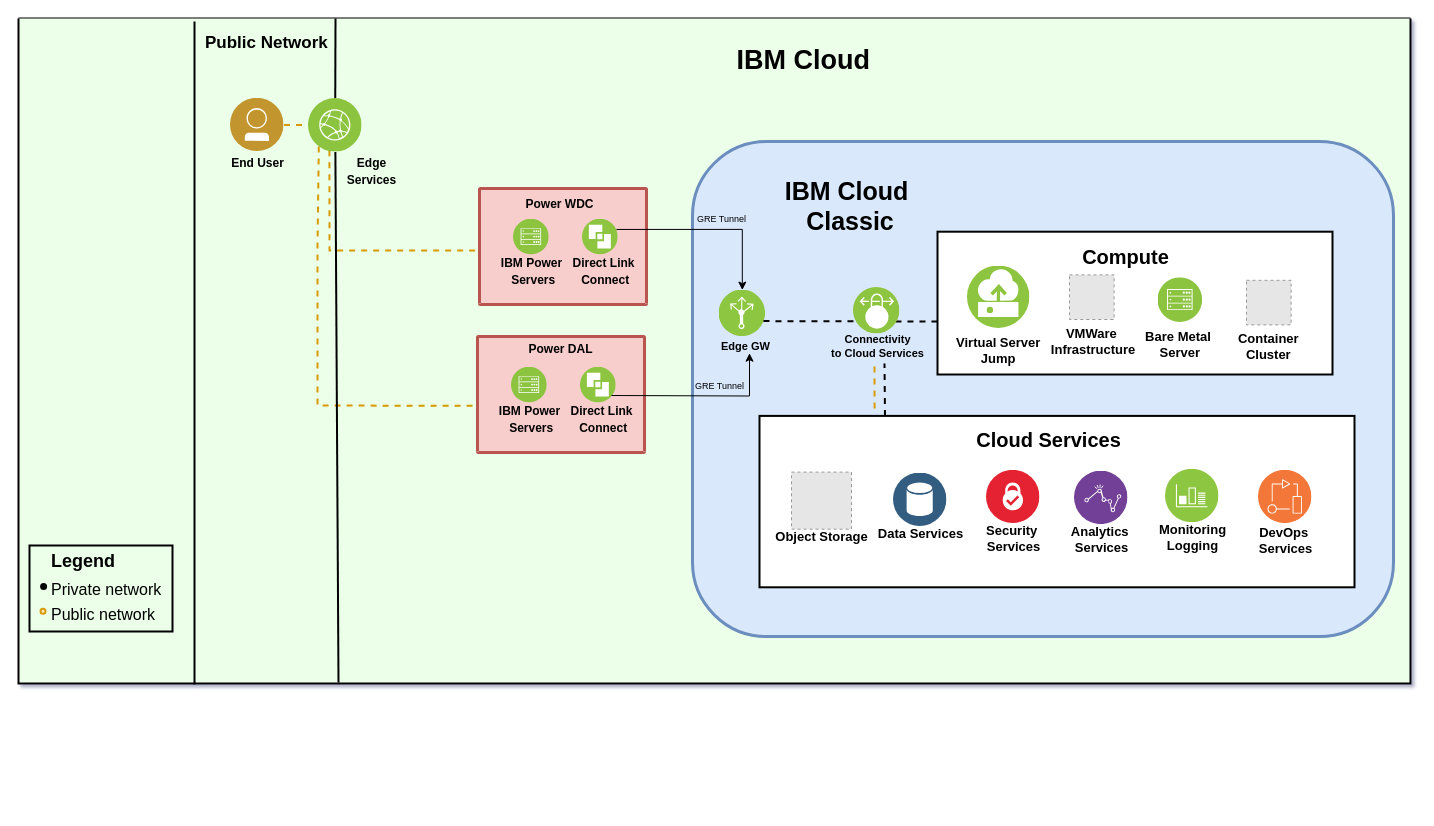
The draw.io diagram page "network-colo-to-colo-gre" (6 of 8) of diagrams/power-iaas-diagram-enhanced.drawio in ibm-cloud-docs/power-iaas, before the edit. Source tidied: cells renumbered, new cells numbered last; positions are measured from the earlier drawing's top-left corner, leaving out a move shared by most shapes. Both pictures are drawn from the tidied source at 100%, with x=0, y=0 at pixel (18, 18). Pictures stored in the file or linked from it are replaced by grey dashed boxes.
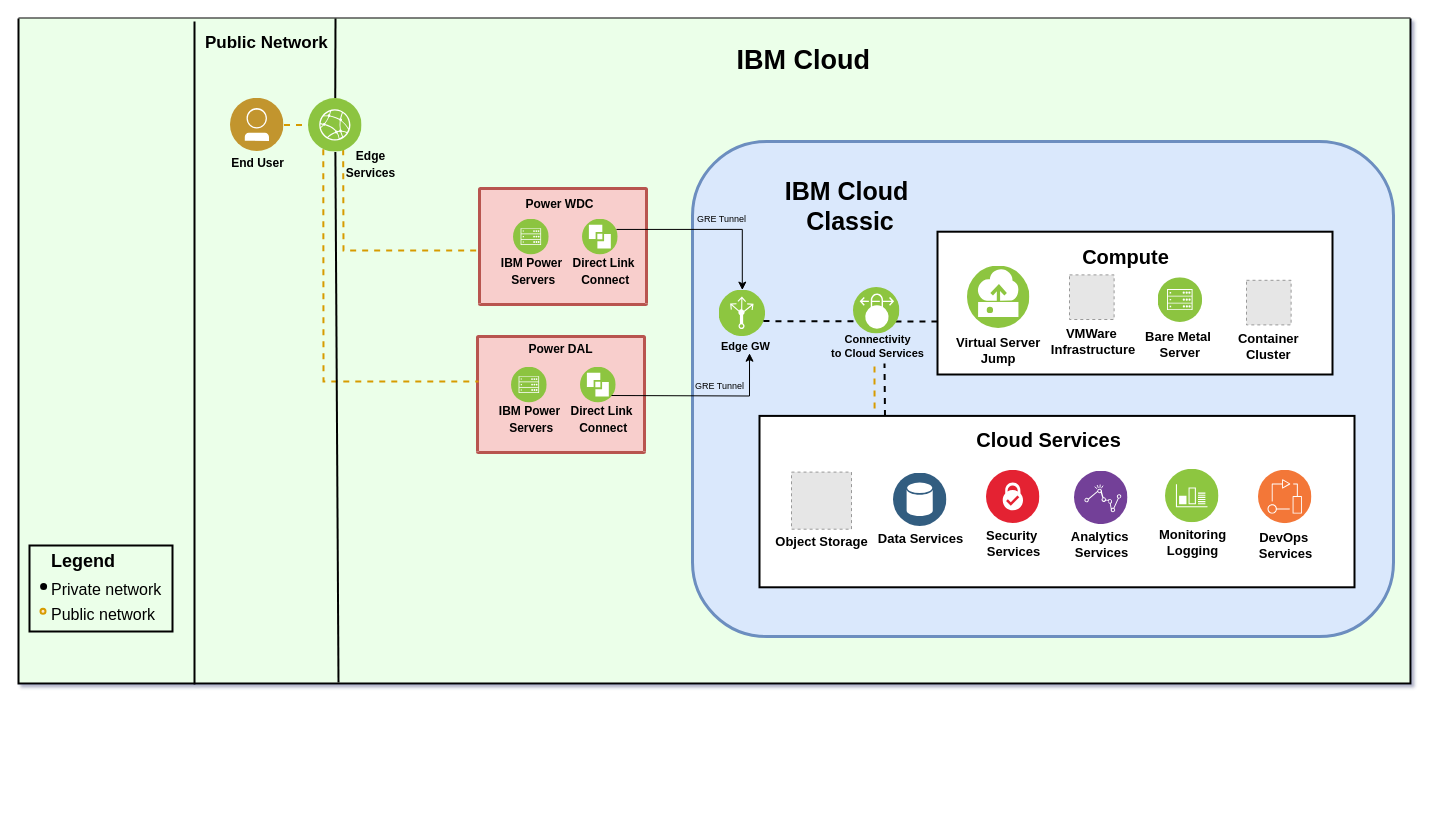
The same diagram, later.

Commit message:
Update new colo-to-colo diagram

Unchanged cells that the change refers to:
```xml
<mxCell id="4" style="swimlane;shadow=0;align=right;startSize=0;strokeWidth=2;fontStyle=1;fontSize=10;verticalAlign=top;spacingTop=-6;html=1;labelBackgroundColor=none;swimlaneLine=1;swimlaneFillColor=#EBFFE9;fillColor=none;strokeColor=#000000;fontColor=#000000;" parent="3" vertex="1">
  <mxGeometry y="-29" width="1392" height="665" as="geometry" />
</mxCell>
<mxCell id="45" value="&lt;b&gt;&lt;font style=&quot;font-size: 15px&quot;&gt;POWER&amp;nbsp; DALLAS (DAL)&lt;/font&gt;&lt;/b&gt;" style="swimlane;fontStyle=0;horizontal=1;startSize=115;swimlaneLine=0;swimlaneFillColor=#ffffff;fillColor=#f8cecc;rounded=1;whiteSpace=wrap;html=1;absoluteArcSize=1;arcSize=68;strokeColor=#b85450;verticalAlign=top;align=left;spacingLeft=5;strokeWidth=3;spacingRight=5;noLabel=1;fontColor=none;" parent="4" vertex="1">
  <mxGeometry x="459" y="318" width="167" height="116" as="geometry" />
</mxCell>
<mxCell id="54" value="&lt;b&gt;&lt;font style=&quot;font-size: 15px&quot;&gt;POWER&amp;nbsp; DALLAS (DAL)&lt;/font&gt;&lt;/b&gt;" style="swimlane;fontStyle=0;horizontal=1;startSize=115;swimlaneLine=0;swimlaneFillColor=#ffffff;fillColor=#f8cecc;rounded=1;whiteSpace=wrap;html=1;absoluteArcSize=1;arcSize=68;strokeColor=#b85450;verticalAlign=top;align=left;spacingLeft=5;strokeWidth=3;spacingRight=5;noLabel=1;fontColor=none;" parent="53" vertex="1">
  <mxGeometry width="167" height="116" as="geometry" />
</mxCell>
<mxCell id="69" value="&lt;div&gt;Edge Services&lt;/div&gt;" style="perimeter=ellipsePerimeter;align=center;shadow=0;dashed=0;image;image=img/lib/ibm/infrastructure/edge_services.svg;labelBackgroundColor=none;strokeColor=#666666;strokeWidth=2;fillColor=#C2952D;gradientColor=none;fontSize=12;fontColor=none;spacingTop=3;html=1;fontStyle=1;noLabel=1;" parent="67" vertex="1">
  <mxGeometry x="290" y="80.1" width="53.5" height="53.5" as="geometry" />
</mxCell>
```

The edit, as a diff of the source:
```diff
@@
-    <mxCell id="18" style="group;" parent="4" vertex="1">
+    <mxCell id="18" style="group;spacing=0;" parent="4" vertex="1">
       <mxGeometry x="741" y="397.4" width="595" height="171.4" as="geometry" />
     </mxCell>
@@
-    <mxCell id="20" value="&lt;div style=&quot;font-size: 13px&quot;&gt;&lt;font style=&quot;font-size: 13px&quot;&gt;Security&amp;nbsp;&lt;/font&gt;&lt;/div&gt;&lt;div style=&quot;font-size: 13px&quot;&gt;&lt;font style=&quot;font-size: 13px&quot;&gt;Services&lt;/font&gt;&lt;/div&gt;" style="perimeter=ellipsePerimeter;align=center;shadow=0;dashed=0;image;image=img/lib/ibm/blockchain/certificate_authority.svg;labelBackgroundColor=none;strokeColor=#666666;strokeWidth=3;fillColor=#C2952D;gradientColor=none;fontSize=10;fontColor=#000000;labelPosition=center;verticalLabelPosition=bottom;verticalAlign=top;spacing=0;spacingTop=-5;html=1;fontStyle=1;" parent="18" vertex="1">
+    <mxCell id="20" value="&lt;div style=&quot;font-size: 13px&quot;&gt;&lt;font style=&quot;font-size: 13px&quot;&gt;Security&amp;nbsp;&lt;/font&gt;&lt;/div&gt;&lt;div style=&quot;font-size: 13px&quot;&gt;&lt;font style=&quot;font-size: 13px&quot;&gt;Services&lt;/font&gt;&lt;/div&gt;" style="perimeter=ellipsePerimeter;align=center;shadow=0;dashed=0;image;image=img/lib/ibm/blockchain/certificate_authority.svg;labelBackgroundColor=none;strokeColor=#666666;strokeWidth=3;fillColor=#C2952D;gradientColor=none;fontSize=10;fontColor=#000000;labelPosition=center;verticalLabelPosition=bottom;verticalAlign=top;spacing=0;spacingTop=0;html=1;fontStyle=1;" parent="18" vertex="1">
       <mxGeometry x="227" y="54.3" width="53.5" height="53.5" as="geometry" />
     </mxCell>
-    <mxCell id="21" value="&lt;div&gt;&lt;font style=&quot;font-size: 13px&quot;&gt;Analytics&amp;nbsp;&lt;/font&gt;&lt;/div&gt;&lt;div&gt;&lt;font style=&quot;font-size: 13px&quot;&gt;Services&lt;/font&gt;&lt;/div&gt;" style="perimeter=ellipsePerimeter;align=center;shadow=0;dashed=0;image;image=img/lib/ibm/analytics/analytics.svg;labelBackgroundColor=none;strokeColor=#666666;strokeWidth=2;fillColor=#C2952D;gradientColor=none;fontSize=10;fontColor=#000000;spacingTop=-5;spacing=0;html=1;fontStyle=1;" parent="18" vertex="1">
+    <mxCell id="21" value="&lt;div&gt;&lt;font style=&quot;font-size: 13px&quot;&gt;Analytics&amp;nbsp;&lt;/font&gt;&lt;/div&gt;&lt;div&gt;&lt;font style=&quot;font-size: 13px&quot;&gt;Services&lt;/font&gt;&lt;/div&gt;" style="perimeter=ellipsePerimeter;align=center;shadow=0;dashed=0;image;image=img/lib/ibm/analytics/analytics.svg;labelBackgroundColor=none;strokeColor=#666666;strokeWidth=2;fillColor=#C2952D;gradientColor=none;fontSize=10;fontColor=#000000;spacingTop=0;spacing=0;html=1;fontStyle=1;" parent="18" vertex="1">
       <mxGeometry x="315" y="55.2" width="53.5" height="53.5" as="geometry" />
     </mxCell>
-    <mxCell id="22" value="&lt;div style=&quot;font-size: 13px&quot;&gt;&lt;font style=&quot;font-size: 13px&quot;&gt;Monitoring&lt;/font&gt;&lt;/div&gt;&lt;div style=&quot;font-size: 13px&quot;&gt;&lt;font style=&quot;font-size: 13px&quot;&gt;Logging&lt;/font&gt;&lt;/div&gt;" style="perimeter=ellipsePerimeter;align=center;shadow=0;dashed=0;image;image=img/lib/ibm/infrastructure/monitoring_logging.svg;strokeWidth=1;fillColor=#4378BB;fontColor=#000000;spacing=0;spacingTop=-5;fontSize=10;html=1;labelBackgroundColor=none;fontStyle=1;" parent="18" vertex="1">
+    <mxCell id="22" value="&lt;div style=&quot;font-size: 13px&quot;&gt;&lt;font style=&quot;font-size: 13px&quot;&gt;Monitoring&lt;/font&gt;&lt;/div&gt;&lt;div style=&quot;font-size: 13px&quot;&gt;&lt;font style=&quot;font-size: 13px&quot;&gt;Logging&lt;/font&gt;&lt;/div&gt;" style="perimeter=ellipsePerimeter;align=center;shadow=0;dashed=0;image;image=img/lib/ibm/infrastructure/monitoring_logging.svg;strokeWidth=1;fillColor=#4378BB;fontColor=#000000;spacing=0;spacingTop=0;fontSize=10;html=1;labelBackgroundColor=none;fontStyle=1;" parent="18" vertex="1">
       <mxGeometry x="406" y="53.3" width="53.5" height="53.5" as="geometry" />
     </mxCell>
-    <mxCell id="23" value="&lt;div style=&quot;font-size: 13px&quot;&gt;&lt;font style=&quot;font-size: 13px&quot;&gt;DevOps&amp;nbsp;&lt;/font&gt;&lt;/div&gt;&lt;div style=&quot;font-size: 13px&quot;&gt;&lt;font style=&quot;font-size: 13px&quot;&gt;Services&lt;/font&gt;&lt;/div&gt;" style="perimeter=ellipsePerimeter;align=center;shadow=0;dashed=0;fontColor=#000000;labelBackgroundColor=none;fontSize=10;spacingTop=-5;image;image=img/lib/ibm/devops/devops.svg;html=1;fontStyle=1;" parent="18" vertex="1">
+    <mxCell id="23" value="&lt;div style=&quot;font-size: 13px&quot;&gt;&lt;font style=&quot;font-size: 13px&quot;&gt;DevOps&amp;nbsp;&lt;/font&gt;&lt;/div&gt;&lt;div style=&quot;font-size: 13px&quot;&gt;&lt;font style=&quot;font-size: 13px&quot;&gt;Services&lt;/font&gt;&lt;/div&gt;" style="perimeter=ellipsePerimeter;align=center;shadow=0;dashed=0;fontColor=#000000;labelBackgroundColor=none;fontSize=10;spacingTop=0;image;image=img/lib/ibm/devops/devops.svg;html=1;fontStyle=1;" parent="18" vertex="1">
       <mxGeometry x="499" y="54.3" width="53.5" height="53.5" as="geometry" />
     </mxCell>
-    <mxCell id="24" value="&lt;div&gt;&lt;font style=&quot;font-size: 13px&quot;&gt;Data Services&lt;/font&gt;&lt;/div&gt;" style="perimeter=ellipsePerimeter;align=center;shadow=0;dashed=0;image;image=img/lib/ibm/data/data_services.svg;labelBackgroundColor=none;strokeColor=#666666;strokeWidth=2;fillColor=#C2952D;gradientColor=none;fontSize=10;fontColor=#000000;spacingTop=-5;spacing=0;html=1;fontStyle=1;" parent="18" vertex="1">
+    <mxCell id="24" value="&lt;div&gt;&lt;font style=&quot;font-size: 13px&quot;&gt;Data Services&lt;/font&gt;&lt;/div&gt;" style="perimeter=ellipsePerimeter;align=center;shadow=0;dashed=0;image;image=img/lib/ibm/data/data_services.svg;labelBackgroundColor=none;strokeColor=#666666;strokeWidth=2;fillColor=#C2952D;gradientColor=none;fontSize=10;fontColor=#000000;spacingTop=0;spacing=0;html=1;fontStyle=1;" parent="18" vertex="1">
       <mxGeometry x="134" y="57.1" width="53.5" height="53.5" as="geometry" />
     </mxCell>
-    <mxCell id="25" value="&lt;font style=&quot;font-size: 13px&quot;&gt;Object Storage&lt;/font&gt;" style="fillColor=#E6E6E6;strokeColor=#999999;dashed=1;verticalLabelPosition=bottom;verticalAlign=top;fontColor=#000000;spacing=0;spacingTop=-5;fontSize=10;html=1;labelBackgroundColor=none;fontStyle=1;" parent="18" vertex="1">
+    <mxCell id="25" value="&lt;font style=&quot;font-size: 13px&quot;&gt;Object Storage&lt;/font&gt;" style="fillColor=#E6E6E6;strokeColor=#999999;dashed=1;verticalLabelPosition=bottom;verticalAlign=top;fontColor=#000000;spacing=0;spacingTop=0;fontSize=10;html=1;labelBackgroundColor=none;fontStyle=1;" parent="18" vertex="1">
       <mxGeometry x="32" y="56.2" width="60" height="57.1" as="geometry" />
     </mxCell>
@@
-    <mxCell id="43" value="&lt;span style=&quot;font-size: 12px&quot;&gt;&lt;b&gt;Edge &lt;br&gt;Services&lt;/b&gt;&lt;/span&gt;" style="text;html=1;align=center;verticalAlign=middle;fillColor=none;strokeColor=none;rounded=0;labelBackgroundColor=none;fontSize=14;fontColor=none;" parent="4" vertex="1">
-      <mxGeometry x="323" y="130.6" width="60" height="42" as="geometry" />
+    <mxCell id="43" value="&lt;span style=&quot;font-size: 12px&quot;&gt;&lt;b&gt;Edge &lt;br&gt;Services&lt;/b&gt;&lt;/span&gt;" style="text;html=1;align=center;verticalAlign=middle;fillColor=none;strokeColor=none;rounded=0;labelBackgroundColor=none;fontSize=14;fontColor=none;spacing=0;" parent="4" vertex="1">
+      <mxGeometry x="322" y="125" width="59" height="40" as="geometry" />
     </mxCell>
@@
-    <mxCell id="51" style="edgeStyle=none;rounded=0;jettySize=auto;html=1;exitX=0.36;exitY=0.963;exitDx=0;exitDy=0;startArrow=none;startFill=0;endArrow=none;endFill=0;strokeColor=#d79b00;strokeWidth=2;fontSize=14;fontColor=none;dashed=1;fillColor=#ffe6cc;exitPerimeter=0;entryX=-0.007;entryY=0.598;entryDx=0;entryDy=0;entryPerimeter=0;" parent="4" edge="1" target="45">
+    <mxCell id="51" style="edgeStyle=none;rounded=0;jettySize=auto;html=1;exitX=0.25;exitY=1;exitDx=0;exitDy=0;startArrow=none;startFill=0;endArrow=none;endFill=0;strokeColor=#d79b00;strokeWidth=2;fontSize=14;fontColor=none;dashed=1;fillColor=#ffe6cc;entryX=0.006;entryY=0.388;entryDx=0;entryDy=0;entryPerimeter=0;" parent="4" edge="1" source="69" target="45">
       <mxGeometry relative="1" as="geometry">
-        <mxPoint x="300.3" y="128.1" as="sourcePoint" />
         <Array as="points">
-          <mxPoint x="299" y="228.5" />
-          <mxPoint x="299" y="387" />
+          <mxPoint x="305" y="363" />
         </Array>
       </mxGeometry>
     </mxCell>
@@
-    <mxCell id="68" style="edgeStyle=none;rounded=0;jettySize=auto;html=1;exitX=0.391;exitY=0.964;exitDx=0;exitDy=0;startArrow=none;startFill=0;endArrow=none;endFill=0;strokeColor=#d79b00;strokeWidth=2;fontSize=14;fontColor=none;dashed=1;fillColor=#ffe6cc;entryX=0.009;entryY=0.534;entryDx=0;entryDy=0;entryPerimeter=0;exitPerimeter=0;" parent="67" edge="1" source="69" target="54">
+    <mxCell id="68" style="edgeStyle=none;rounded=0;jettySize=auto;html=1;exitX=0.648;exitY=0.945;exitDx=0;exitDy=0;startArrow=none;startFill=0;endArrow=none;endFill=0;strokeColor=#d79b00;strokeWidth=2;fontSize=14;fontColor=none;dashed=1;fillColor=#ffe6cc;entryX=0.009;entryY=0.534;entryDx=0;entryDy=0;entryPerimeter=0;exitPerimeter=0;" parent="67" edge="1" source="69" target="54">
       <mxGeometry relative="1" as="geometry">
         <Array as="points">
-          <mxPoint x="311" y="232" />
+          <mxPoint x="325" y="232" />
         </Array>
       </mxGeometry>
     </mxCell>
```
